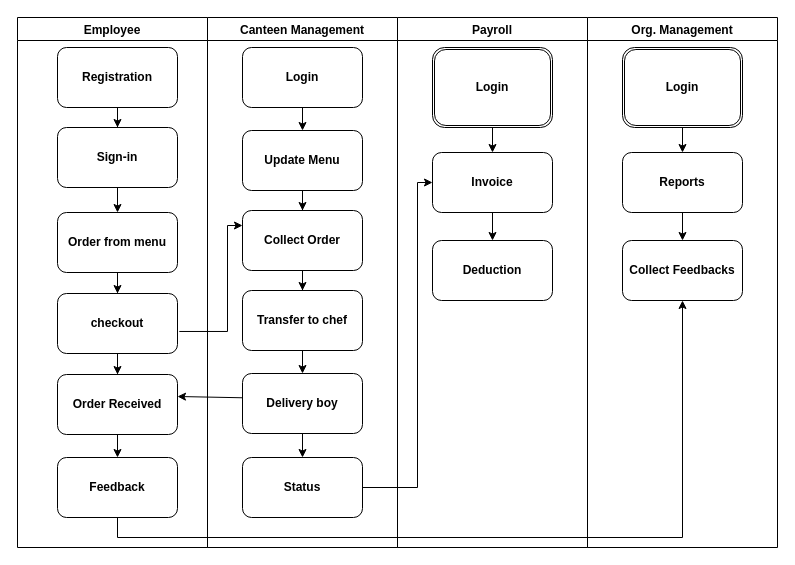
Earlier version of the draw.io diagram page "Activity_Diagram" (4 of 5) of canteen_management.drawio (ysebega/ysebega). Source tidied: cells renumbered, new cells numbered last; positions are measured from the earlier drawing's top-left corner, leaving out a move shared by most shapes. Both pictures are drawn from the tidied source at 100%, with x=0, y=0 at pixel (17, 17).
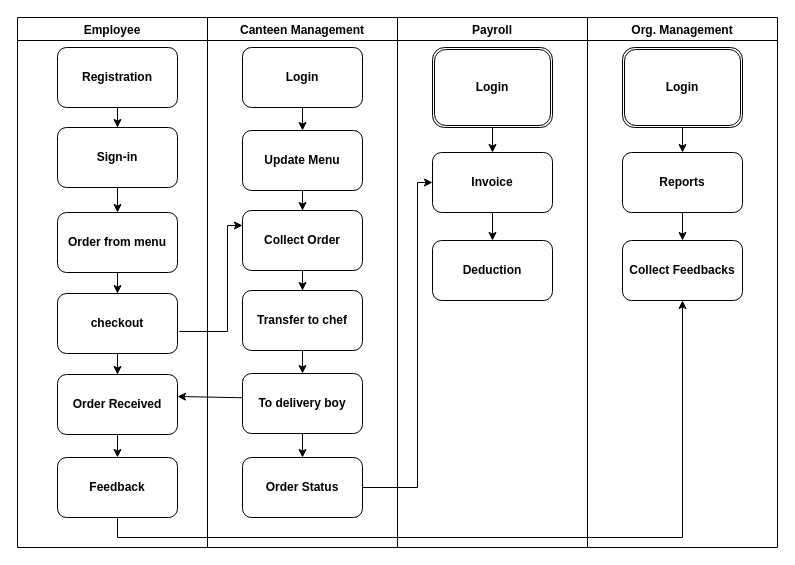
After the change.

Unchanged cells that the change refers to:
```xml
<mxCell id="13" value="Canteen Management" style="swimlane;" parent="1" vertex="1">
  <mxGeometry x="190" width="190" height="530" as="geometry" />
</mxCell>
```

Diff of the diagram source:
```diff
@@
-    <mxCell id="20" value="&lt;b&gt;Delivery boy&lt;/b&gt;" style="rounded=1;whiteSpace=wrap;html=1;" parent="13" vertex="1">
+    <mxCell id="20" value="&lt;b&gt;To delivery boy&lt;/b&gt;" style="rounded=1;whiteSpace=wrap;html=1;" parent="13" vertex="1">
       <mxGeometry x="35" y="356" width="120" height="60" as="geometry" />
     </mxCell>
@@
-    <mxCell id="24" value="&lt;b&gt;Status&lt;/b&gt;" style="rounded=1;whiteSpace=wrap;html=1;" parent="13" vertex="1">
+    <mxCell id="24" value="&lt;b&gt;Order Status&lt;/b&gt;" style="rounded=1;whiteSpace=wrap;html=1;" parent="13" vertex="1">
       <mxGeometry x="35" y="440" width="120" height="60" as="geometry" />
     </mxCell>
```
